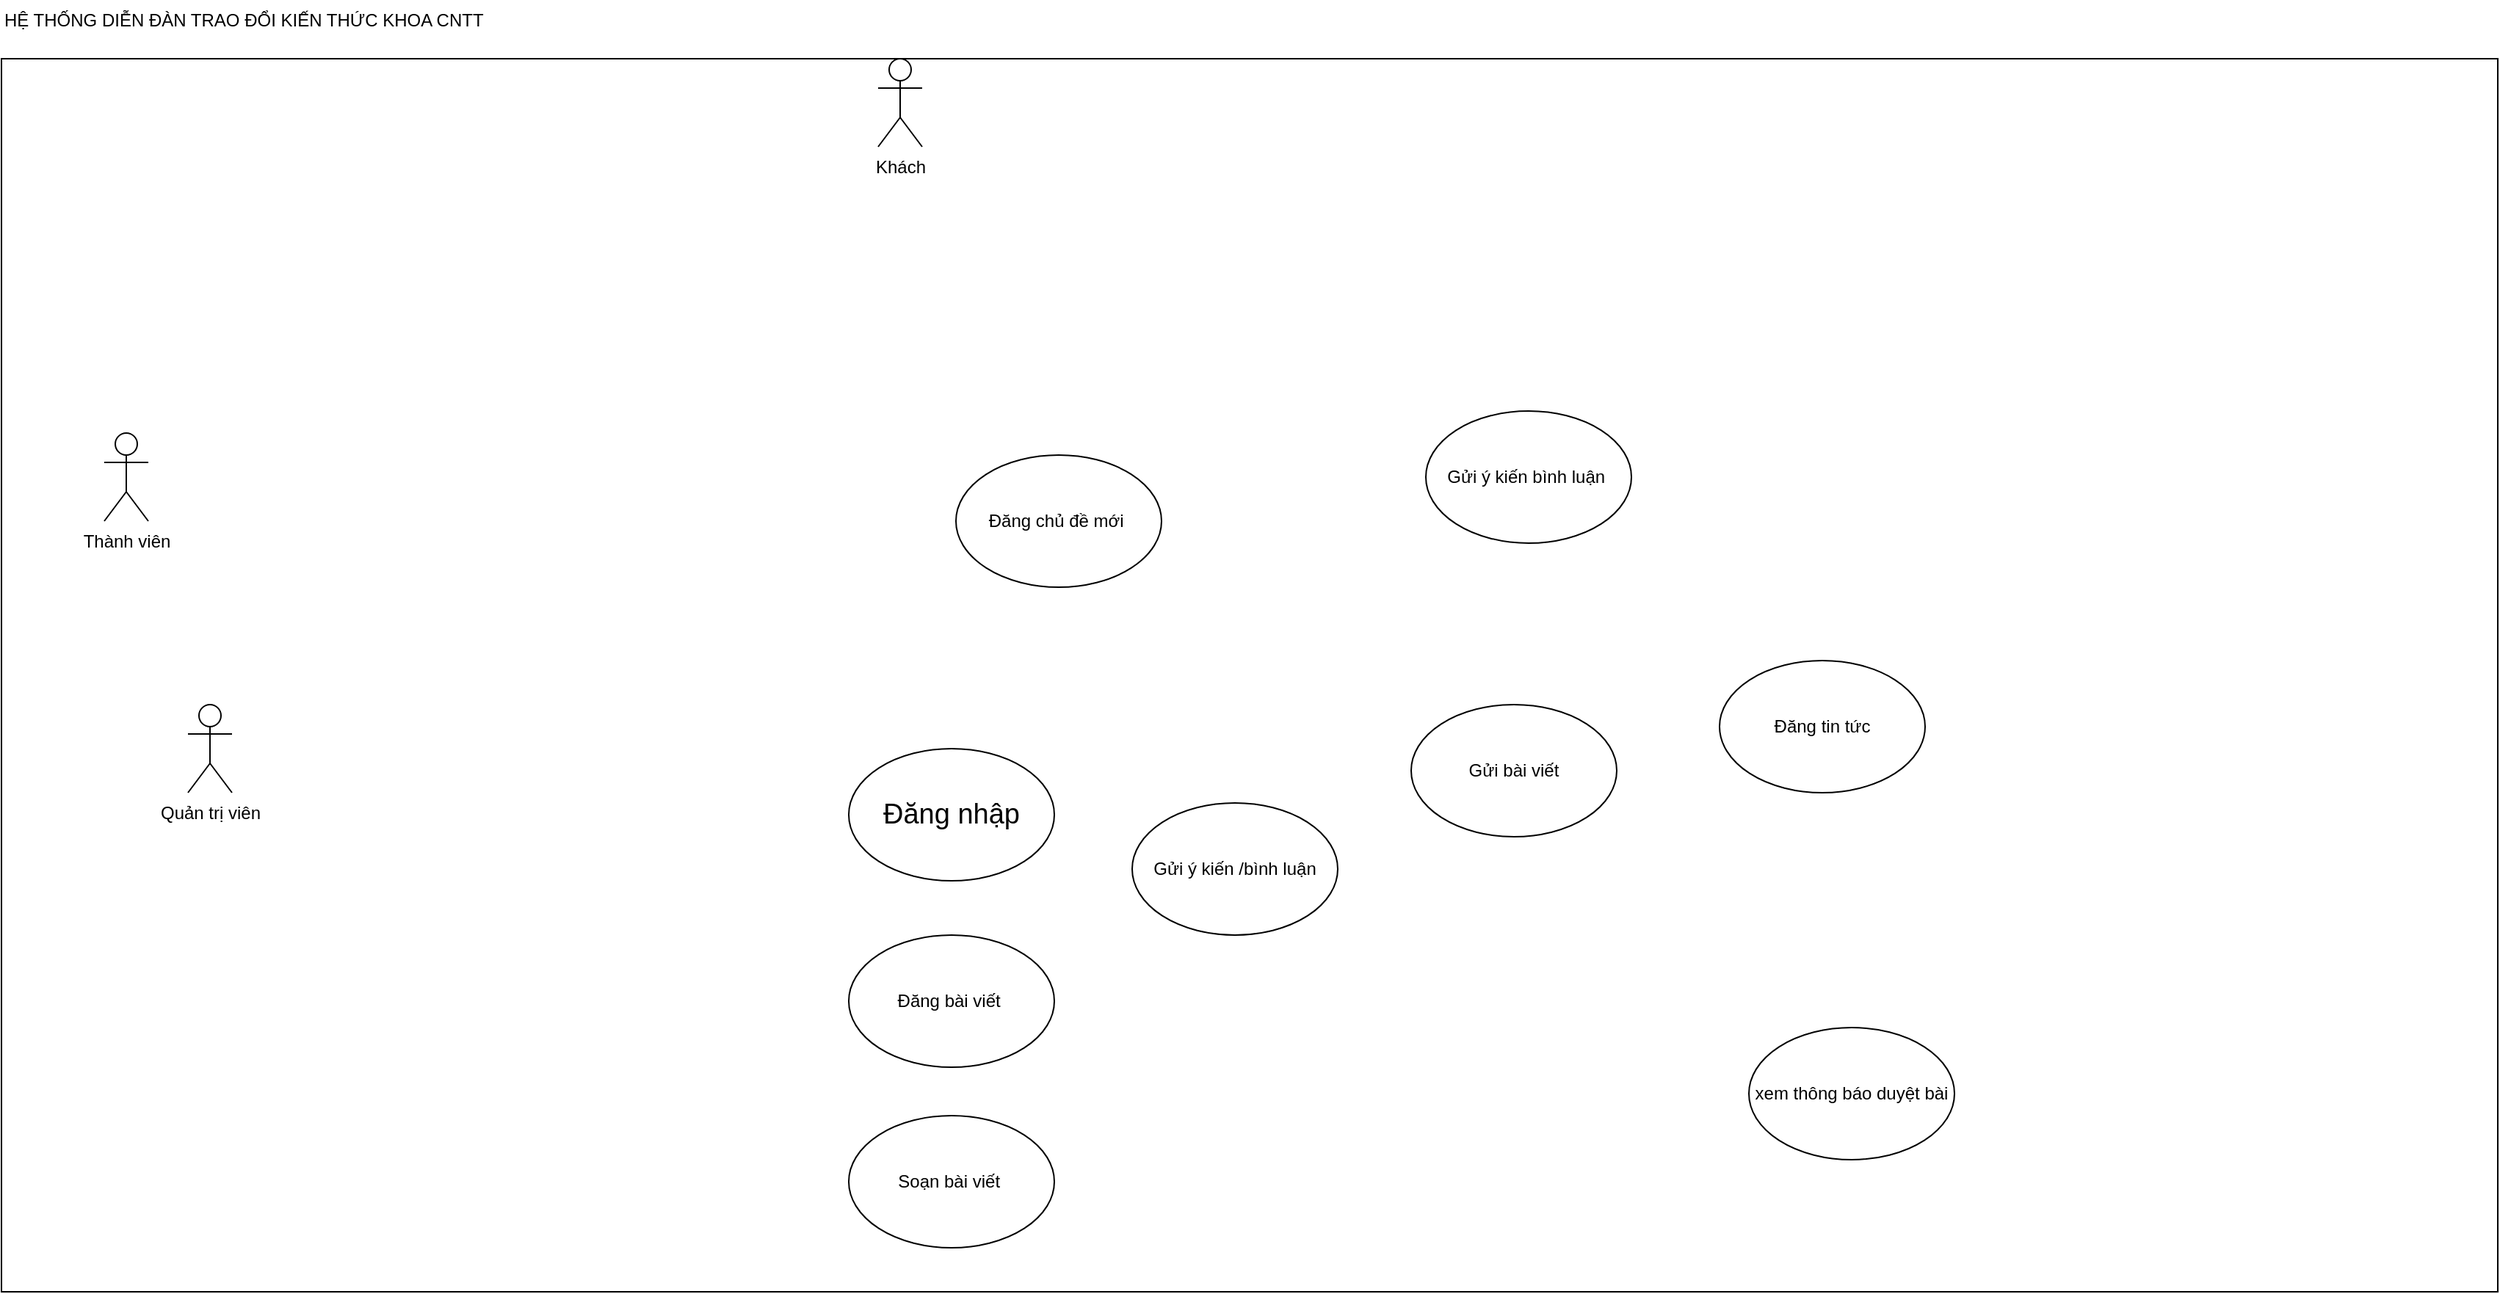
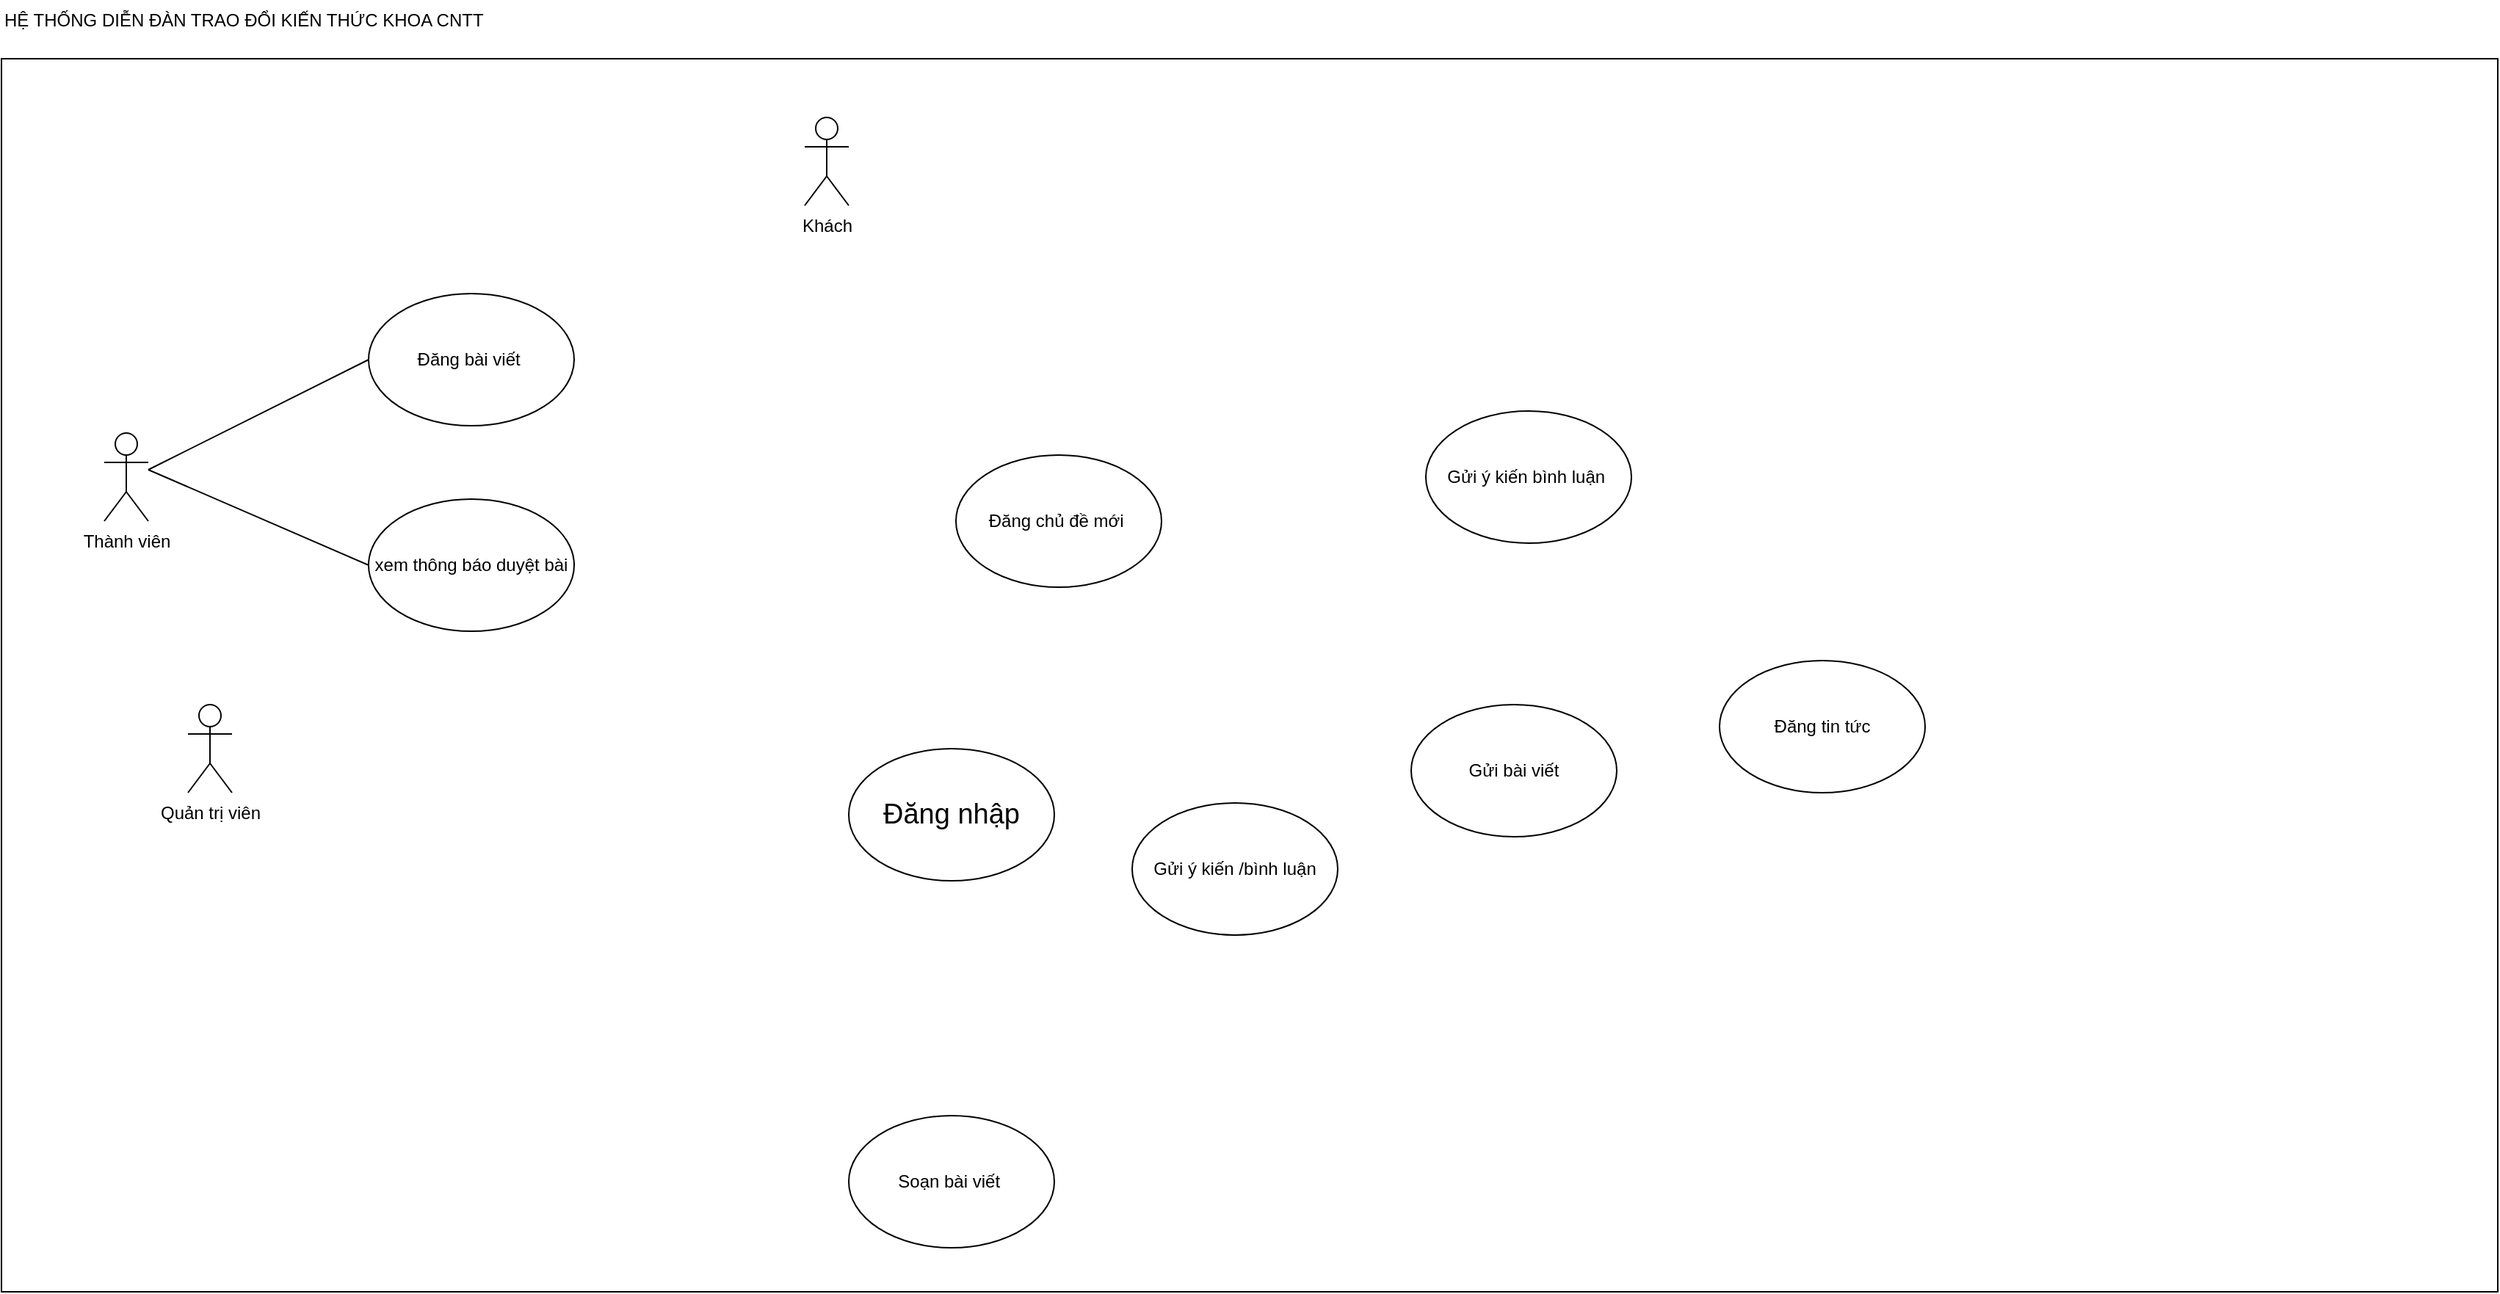
<mxfile host="app.diagrams.net">
  <diagram name="Trang-1" id="R5SArAZ-sp13xk5E453y">
    <mxGraphModel dx="1703" dy="940" grid="1" gridSize="10" guides="1" tooltips="1" connect="1" arrows="1" fold="1" page="1" pageScale="1" pageWidth="1169" pageHeight="1654" math="0" shadow="0">
      <root>
        <mxCell id="0" />
        <mxCell id="1" parent="0" />
        <mxCell id="xf_OW2J6-FHtYStlwC4J-2" parent="1" style="rounded=0;whiteSpace=wrap;html=1;fillColor=none;" value="&lt;div&gt;&lt;br&gt;&lt;/div&gt;" vertex="1">
          <mxGeometry height="840" width="1700" x="130" y="230" as="geometry" />
        </mxCell>
        <mxCell id="xf_OW2J6-FHtYStlwC4J-3" parent="1" style="text;whiteSpace=wrap;html=1;" value="HỆ THỐNG DIỄN ĐÀN TRAO ĐỔI KIẾN THỨC KHOA CNTT" vertex="1">
          <mxGeometry height="40" width="360" x="130" y="190" as="geometry" />
        </mxCell>
        <mxCell id="xf_OW2J6-FHtYStlwC4J-4" parent="1" style="shape=umlActor;verticalLabelPosition=bottom;verticalAlign=top;html=1;" value="Khách" vertex="1">
-           <mxGeometry height="60" width="30" x="727" y="230" as="geometry" />
+           <mxGeometry height="60" width="30" x="677" y="270" as="geometry" />
        </mxCell>
        <mxCell id="xf_OW2J6-FHtYStlwC4J-5" parent="1" style="shape=umlActor;verticalLabelPosition=bottom;verticalAlign=top;html=1;" value="Thành viên" vertex="1">
          <mxGeometry height="60" width="30" x="200" y="485" as="geometry" />
        </mxCell>
        <mxCell id="xf_OW2J6-FHtYStlwC4J-6" parent="1" style="shape=umlActor;verticalLabelPosition=bottom;verticalAlign=top;html=1;" value="Quản trị viên&lt;div&gt;&lt;br&gt;&lt;/div&gt;" vertex="1">
          <mxGeometry height="60" width="30" x="257" y="670" as="geometry" />
        </mxCell>
        <mxCell id="xf_OW2J6-FHtYStlwC4J-7" parent="1" style="shape=ellipse;html=1;dashed=0;whiteSpace=wrap;perimeter=ellipsePerimeter;rounded=0;strokeColor=default;align=center;verticalAlign=middle;fontFamily=Helvetica;fontSize=12;fontColor=default;fillColor=none;" value="&lt;div style=&quot;line-height: 150%;&quot;&gt;&lt;font style=&quot;font-size: 19px;&quot;&gt;Đăng nhập&lt;/font&gt;&lt;/div&gt;" vertex="1">
          <mxGeometry height="90" width="140" x="707" y="700" as="geometry" />
        </mxCell>
        <mxCell id="xf_OW2J6-FHtYStlwC4J-8" parent="1" style="shape=ellipse;html=1;dashed=0;whiteSpace=wrap;perimeter=ellipsePerimeter;rounded=0;strokeColor=default;align=center;verticalAlign=middle;fontFamily=Helvetica;fontSize=12;fontColor=default;fillColor=none;" value="Đăng bài viết&amp;nbsp;" vertex="1">
-           <mxGeometry height="90" width="140" x="707" y="827" as="geometry" />
+           <mxGeometry height="90" width="140" x="380" y="390" as="geometry" />
        </mxCell>
        <mxCell id="xf_OW2J6-FHtYStlwC4J-9" parent="1" style="shape=ellipse;html=1;dashed=0;whiteSpace=wrap;perimeter=ellipsePerimeter;rounded=0;strokeColor=default;align=center;verticalAlign=middle;fontFamily=Helvetica;fontSize=12;fontColor=default;fillColor=none;" value="Soạn bài viết&amp;nbsp;" vertex="1">
          <mxGeometry height="90" width="140" x="707" y="950" as="geometry" />
        </mxCell>
        <mxCell id="xf_OW2J6-FHtYStlwC4J-10" parent="1" style="shape=ellipse;html=1;dashed=0;whiteSpace=wrap;perimeter=ellipsePerimeter;rounded=0;strokeColor=default;align=center;verticalAlign=middle;fontFamily=Helvetica;fontSize=12;fontColor=default;fillColor=none;" value="Gửi bài viết" vertex="1">
          <mxGeometry height="90" width="140" x="1090" y="670" as="geometry" />
        </mxCell>
        <mxCell id="xf_OW2J6-FHtYStlwC4J-11" parent="1" style="shape=ellipse;html=1;dashed=0;whiteSpace=wrap;perimeter=ellipsePerimeter;rounded=0;strokeColor=default;align=center;verticalAlign=middle;fontFamily=Helvetica;fontSize=12;fontColor=default;fillColor=none;" value="Đăng chủ đề mới&amp;nbsp;" vertex="1">
          <mxGeometry height="90" width="140" x="780" y="500" as="geometry" />
        </mxCell>
        <mxCell id="xf_OW2J6-FHtYStlwC4J-12" parent="1" style="shape=ellipse;html=1;dashed=0;whiteSpace=wrap;perimeter=ellipsePerimeter;rounded=0;strokeColor=default;align=center;verticalAlign=middle;fontFamily=Helvetica;fontSize=12;fontColor=default;fillColor=none;" value="Gửi ý kiến bình luận&amp;nbsp;" vertex="1">
          <mxGeometry height="90" width="140" x="1100" y="470" as="geometry" />
        </mxCell>
        <mxCell id="xf_OW2J6-FHtYStlwC4J-14" parent="1" style="shape=ellipse;html=1;dashed=0;whiteSpace=wrap;perimeter=ellipsePerimeter;rounded=0;strokeColor=default;align=center;verticalAlign=middle;fontFamily=Helvetica;fontSize=12;fontColor=default;fillColor=none;" value="Gửi ý kiến /bình luận" vertex="1">
          <mxGeometry height="90" width="140" x="900" y="737" as="geometry" />
        </mxCell>
        <mxCell id="xf_OW2J6-FHtYStlwC4J-15" parent="1" style="shape=ellipse;html=1;dashed=0;whiteSpace=wrap;perimeter=ellipsePerimeter;rounded=0;strokeColor=default;align=center;verticalAlign=middle;fontFamily=Helvetica;fontSize=12;fontColor=default;fillColor=none;" value="Đăng tin tức" vertex="1">
          <mxGeometry height="90" width="140" x="1300" y="640" as="geometry" />
        </mxCell>
        <mxCell id="xf_OW2J6-FHtYStlwC4J-16" parent="1" style="shape=ellipse;html=1;dashed=0;whiteSpace=wrap;perimeter=ellipsePerimeter;rounded=0;strokeColor=default;align=center;verticalAlign=middle;fontFamily=Helvetica;fontSize=12;fontColor=default;fillColor=none;" value="xem thông báo duyệt bài" vertex="1">
-           <mxGeometry height="90" width="140" x="1320" y="890" as="geometry" />
+           <mxGeometry height="90" width="140" x="380" y="530" as="geometry" />
+         </mxCell>
+         <mxCell id="XL_bb2ovQR-JMyJvChvL-3" edge="1" parent="1" source="xf_OW2J6-FHtYStlwC4J-8" style="endArrow=none;html=1;rounded=0;exitX=0;exitY=0.5;exitDx=0;exitDy=0;" value="">
+           <mxGeometry height="50" relative="1" width="50" as="geometry">
+             <mxPoint x="380" y="290" as="sourcePoint" />
+             <mxPoint x="229.99999999999955" y="510" as="targetPoint" />
+           </mxGeometry>
+         </mxCell>
+         <mxCell id="XL_bb2ovQR-JMyJvChvL-4" edge="1" parent="1" source="xf_OW2J6-FHtYStlwC4J-16" style="endArrow=none;html=1;rounded=0;exitX=0;exitY=0.5;exitDx=0;exitDy=0;" value="">
+           <mxGeometry height="50" relative="1" width="50" as="geometry">
+             <mxPoint x="810.0000000000005" y="270" as="sourcePoint" />
+             <mxPoint x="230" y="510" as="targetPoint" />
+           </mxGeometry>
        </mxCell>
      </root>
    </mxGraphModel>
  </diagram>
</mxfile>
